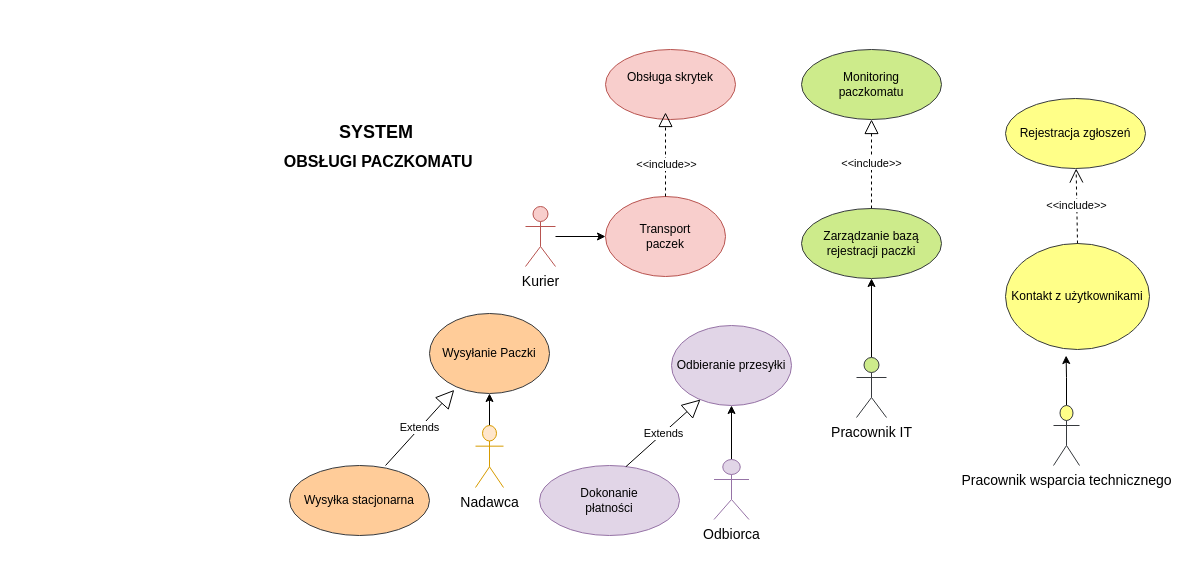
Before: diagram.drawio in mardyr/UML-and-diagrams, a draw.io diagram. Source tidied: cells renumbered, new cells numbered last; positions are measured from the earlier drawing's top-left corner, leaving out a move shared by most shapes. Both pictures are drawn from the tidied source at 100%, with x=0, y=0 at pixel (17, 49).
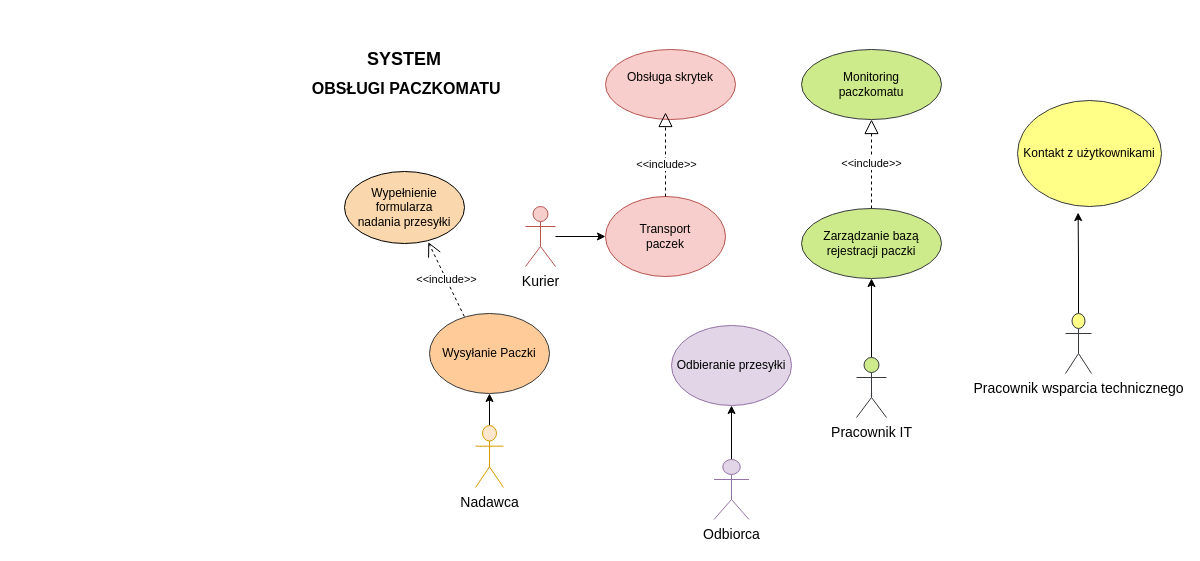
Above is the later version.

Commit message:
Update Parcel locker scheme.drawio

Unchanged cells that the change refers to:
```xml
<mxCell id="6" value="Wysyłanie Paczki" style="ellipse;whiteSpace=wrap;html=1;fillColor=#ffcc99;strokeColor=#36393d;" parent="1" vertex="1">
  <mxGeometry x="412" y="264" width="120" height="80" as="geometry" />
</mxCell>
```

The edit, as a diff of the source:
```diff
@@
     <mxCell id="12" value="&lt;div&gt;&lt;b&gt;&lt;font style=&quot;font-size: 12px&quot;&gt;&lt;font style=&quot;font-size: 51px&quot;&gt;&lt;font style=&quot;font-size: 18px&quot;&gt;SYSTEM&lt;/font&gt;&lt;br&gt;&lt;/font&gt;&lt;/font&gt;&lt;/b&gt;&lt;/div&gt;&lt;b&gt;&lt;font size=&quot;3&quot;&gt;&amp;nbsp;OBSŁUGI PACZKOMATU&lt;/font&gt;&lt;/b&gt;" style="text;html=1;strokeColor=none;fillColor=none;align=center;verticalAlign=middle;whiteSpace=wrap;rounded=0;" parent="1" vertex="1">
-      <mxGeometry y="49" width="718" height="64" as="geometry" />
+      <mxGeometry x="28" y="-24" width="718" height="64" as="geometry" />
     </mxCell>
@@
     <mxCell id="14" value="&lt;font style=&quot;font-size: 14px&quot;&gt;Pracownik wsparcia technicznego&lt;/font&gt;" style="shape=umlActor;verticalLabelPosition=bottom;verticalAlign=top;html=1;outlineConnect=0;fillColor=#ffff88;strokeColor=#36393d;" parent="1" vertex="1">
-      <mxGeometry x="1036" y="356" width="26" height="60" as="geometry" />
+      <mxGeometry x="1048" y="264" width="26" height="60" as="geometry" />
     </mxCell>
@@
     <mxCell id="18" value="&lt;div&gt;Kontakt z użytkownikami&lt;/div&gt;" style="ellipse;whiteSpace=wrap;html=1;fillColor=#ffff88;strokeColor=#36393d;" parent="1" vertex="1">
-      <mxGeometry x="988" y="194" width="144" height="106" as="geometry" />
+      <mxGeometry x="1000" y="51" width="144" height="106" as="geometry" />
     </mxCell>
@@
-    <mxCell id="23" value="Rejestracja zgłoszeń" style="ellipse;whiteSpace=wrap;html=1;fillColor=#ffff88;strokeColor=#36393d;" parent="1" vertex="1">
-      <mxGeometry x="988" y="49" width="140" height="70" as="geometry" />
-    </mxCell>
+    <mxCell id="29" value="&lt;div&gt;Wypełnienie formularza&lt;/div&gt;&lt;div&gt;nadania przesyłki&lt;br&gt;&lt;/div&gt;" style="ellipse;whiteSpace=wrap;html=1;fillColor=#fad7ac;" parent="1" vertex="1">
+      <mxGeometry x="327" y="122" width="120" height="72" as="geometry" />
+    </mxCell>
-    <mxCell id="24" value="&amp;lt;&amp;lt;include&amp;gt;&amp;gt;" style="endArrow=open;endSize=12;dashed=1;html=1;exitX=0.5;exitY=0;exitDx=0;exitDy=0;" parent="1" edge="1" source="18" target="23">
+    <mxCell id="24" value="&amp;lt;&amp;lt;include&amp;gt;&amp;gt;" style="endArrow=open;endSize=12;dashed=1;html=1;exitX=0.29;exitY=0.038;exitDx=0;exitDy=0;exitPerimeter=0;entryX=0.698;entryY=0.981;entryDx=0;entryDy=0;entryPerimeter=0;" parent="1" edge="1" source="6" target="29">
       <mxGeometry relative="1" as="geometry" />
     </mxCell>
-    <mxCell id="25" value="Wysyłka stacjonarna" style="ellipse;whiteSpace=wrap;html=1;fillColor=#ffcc99;strokeColor=#36393d;" parent="1" vertex="1">
-      <mxGeometry x="272" y="416" width="140" height="70" as="geometry" />
-    </mxCell>
-    <mxCell id="26" value="&lt;div&gt;Dokonanie &lt;br&gt;&lt;/div&gt;&lt;div&gt;płatności&lt;br&gt;&lt;/div&gt;" style="ellipse;whiteSpace=wrap;html=1;fillColor=#e1d5e7;strokeColor=#9673a6;" parent="1" vertex="1">
-      <mxGeometry x="522" y="416" width="140" height="70" as="geometry" />
-    </mxCell>
-    <mxCell id="27" value="Extends" style="endArrow=block;endSize=16;endFill=0;html=1;exitX=0.686;exitY=0;exitDx=0;exitDy=0;exitPerimeter=0;entryX=0.206;entryY=0.955;entryDx=0;entryDy=0;entryPerimeter=0;" parent="1" edge="1" source="25" target="6">
-      <mxGeometry relative="1" as="geometry" />
-    </mxCell>
-    <mxCell id="28" value="Extends" style="endArrow=block;endSize=16;endFill=0;html=1;exitX=0.617;exitY=0.017;exitDx=0;exitDy=0;exitPerimeter=0;" parent="1" edge="1" source="26">
-      <mxGeometry relative="1" as="geometry">
-        <mxPoint x="683" y="350" as="targetPoint" />
-      </mxGeometry>
-    </mxCell>
```
